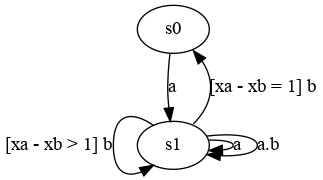
frederic-mallet/ccsl-sts keeps this Graphviz diagram as Examples/CCSL_Primitives/sts/prec.dot.png. Above is the earlier version. Its source is kept beside it as Examples/CCSL_Primitives/sts/prec.dot. Its diagram source:
```dot
digraph prec {
  s0->s1 [
    label= "a"
  ] ;
  s1:ne->s0:se [
    label= "[xa - xb = 1] b"
  ] ;
  s1->s1 [
    label= "a"
  ] ;
  s1->s1 [
    label= "a.b"
  ] ;
  s1:nw->s1:sw [
    label= "[xa - xb > 1] b"
  ] ;
}
```
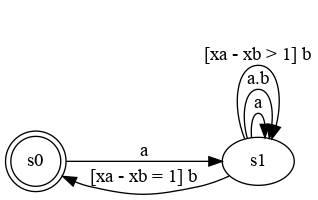
The same file after the commit.

Diff of the diagram source:
```diff
@@ -1,8 +1,11 @@
 digraph prec {
+  rankdir="LR";
+
+  s0 [shape= "doublecircle"];
   s0->s1 [
     label= "a"
   ] ;
-  s1:ne->s0:se [
+  s1->s0 [
     label= "[xa - xb = 1] b"
   ] ;
   s1->s1 [
@@ -11,7 +14,7 @@
   s1->s1 [
     label= "a.b"
   ] ;
-  s1:nw->s1:sw [
+  s1->s1 [
     label= "[xa - xb > 1] b"
   ] ;
 }
```
